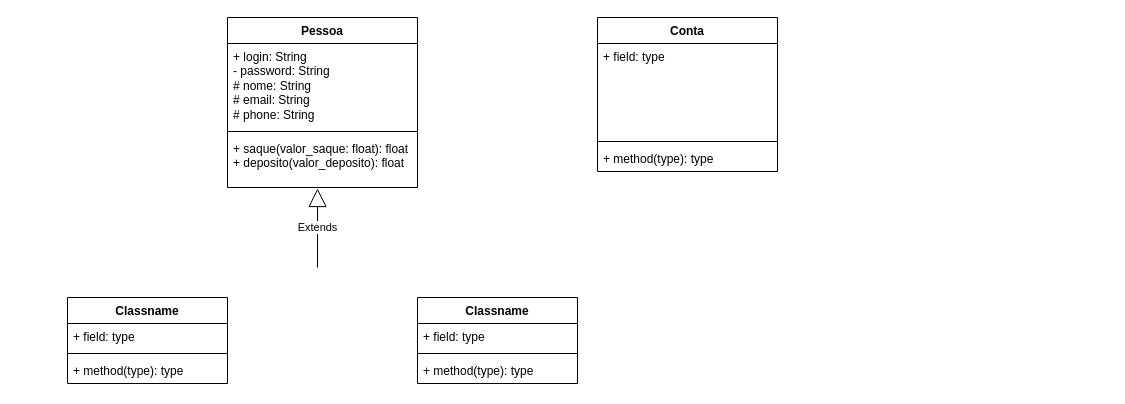
Gabi-r7/Programacao_1_Cpp keeps this draw.io diagram as Aula_02/Exercicios/ex001.drawio. Above is the earlier version. Source tidied: cells renumbered, new cells numbered last; positions are measured from the earlier drawing's top-left corner, leaving out a move shared by most shapes. Both pictures are drawn from the tidied source at 100%, with x=0, y=0 at pixel (67, 17).
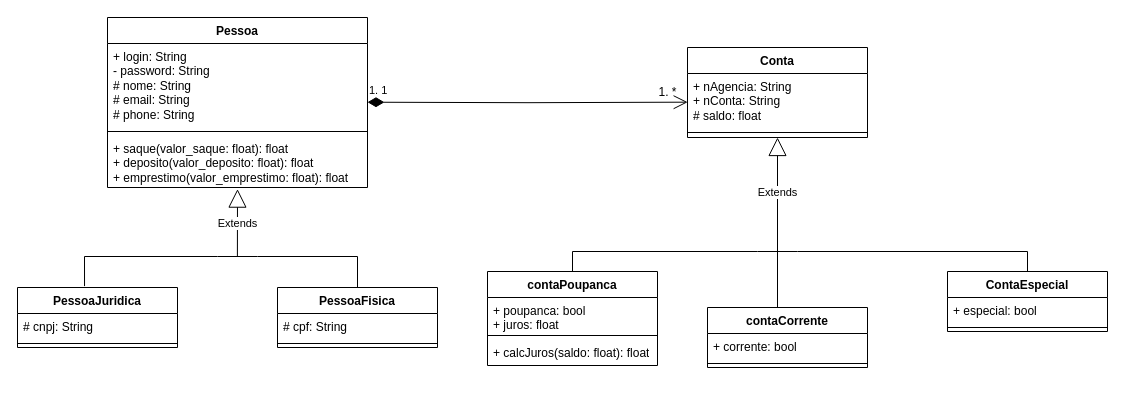
The same diagram, later.

What changed in the source:
```diff
@@
     <mxCell id="2" value="Pessoa" style="swimlane;fontStyle=1;align=center;verticalAlign=top;horizontal=1;startSize=26;whiteSpace=wrap;html=1;" parent="1" vertex="1">
-      <mxGeometry x="160" width="190" height="170" as="geometry" />
+      <mxGeometry x="40" width="260" height="170" as="geometry" />
     </mxCell>
     <mxCell id="3" value="+ login: String&lt;div&gt;- password: String&lt;/div&gt;&lt;div&gt;# nome: String&lt;/div&gt;&lt;div&gt;# email: String&lt;/div&gt;&lt;div&gt;# phone: String&lt;/div&gt;" style="text;strokeColor=none;fillColor=none;align=left;verticalAlign=top;spacingLeft=4;spacingRight=4;overflow=hidden;whiteSpace=wrap;html=1;" parent="2" vertex="1">
-      <mxGeometry y="26" width="190" height="84" as="geometry" />
+      <mxGeometry y="26" width="260" height="84" as="geometry" />
     </mxCell>
     <mxCell id="4" style="line;strokeWidth=1;fillColor=none;align=left;verticalAlign=middle;spacingTop=-1;spacingLeft=3;spacingRight=3;labelPosition=right;strokeColor=inherit;" parent="2" vertex="1">
-      <mxGeometry y="110" width="190" height="8" as="geometry" />
+      <mxGeometry y="110" width="260" height="8" as="geometry" />
     </mxCell>
-    <mxCell id="5" value="+ saque(valor_saque: float): float&lt;div&gt;+ deposito(valor_deposito): float&lt;/div&gt;" style="text;strokeColor=none;fillColor=none;align=left;verticalAlign=top;spacingLeft=4;spacingRight=4;overflow=hidden;points=[[0,0.5],[1,0.5]];portConstraint=eastwest;whiteSpace=wrap;html=1;rounded=0;glass=0;shadow=0;" parent="2" vertex="1">
-      <mxGeometry y="118" width="190" height="52" as="geometry" />
+    <mxCell id="5" value="+ saque(valor_saque: float): float&lt;div&gt;+ deposito(valor_deposito: float): float&lt;/div&gt;&lt;div&gt;+ emprestimo(valor_emprestimo: float): float&lt;/div&gt;" style="text;strokeColor=none;fillColor=none;align=left;verticalAlign=top;spacingLeft=4;spacingRight=4;overflow=hidden;points=[[0,0.5],[1,0.5]];portConstraint=eastwest;whiteSpace=wrap;html=1;rounded=0;glass=0;shadow=0;" parent="2" vertex="1">
+      <mxGeometry y="118" width="260" height="52" as="geometry" />
     </mxCell>
     <mxCell id="6" value="Conta" style="swimlane;fontStyle=1;align=center;verticalAlign=top;horizontal=1;startSize=26;whiteSpace=wrap;html=1;" parent="1" vertex="1">
-      <mxGeometry x="530" width="180" height="154" as="geometry" />
+      <mxGeometry x="620" y="30" width="180" height="90" as="geometry" />
     </mxCell>
-    <mxCell id="7" value="+ field: type" style="text;strokeColor=none;fillColor=none;align=left;verticalAlign=top;spacingLeft=4;spacingRight=4;overflow=hidden;points=[[0,0.5],[1,0.5]];portConstraint=eastwest;whiteSpace=wrap;html=1;" parent="6" vertex="1">
-      <mxGeometry y="26" width="180" height="94" as="geometry" />
+    <mxCell id="7" value="&lt;div&gt;+ nAgencia: String&lt;/div&gt;&lt;div&gt;+ nConta: String&lt;/div&gt;# saldo: float" style="text;strokeColor=none;fillColor=none;align=left;verticalAlign=top;spacingLeft=4;spacingRight=4;overflow=hidden;points=[[0,0.5],[1,0.5]];portConstraint=eastwest;whiteSpace=wrap;html=1;" parent="6" vertex="1">
+      <mxGeometry y="26" width="180" height="54" as="geometry" />
     </mxCell>
     <mxCell id="8" style="line;strokeWidth=1;fillColor=none;align=left;verticalAlign=middle;spacingTop=-1;spacingLeft=3;spacingRight=3;labelPosition=right;strokeColor=inherit;" parent="6" vertex="1">
-      <mxGeometry y="120" width="180" height="8" as="geometry" />
+      <mxGeometry y="80" width="180" height="10" as="geometry" />
     </mxCell>
-    <mxCell id="9" value="+ method(type): type" style="text;strokeColor=none;fillColor=none;align=left;verticalAlign=top;spacingLeft=4;spacingRight=4;overflow=hidden;whiteSpace=wrap;html=1;" parent="6" vertex="1">
-      <mxGeometry y="128" width="180" height="26" as="geometry" />
-    </mxCell>
-    <mxCell id="10" value="Classname" style="swimlane;fontStyle=1;align=center;verticalAlign=top;horizontal=1;startSize=26;whiteSpace=wrap;html=1;" parent="1" vertex="1">
-      <mxGeometry y="280" width="160" height="86" as="geometry" />
+    <mxCell id="10" value="PessoaJuridica" style="swimlane;fontStyle=1;align=center;verticalAlign=top;horizontal=1;startSize=26;whiteSpace=wrap;html=1;" parent="1" vertex="1">
+      <mxGeometry x="-50" y="270" width="160" height="60" as="geometry" />
     </mxCell>
-    <mxCell id="11" value="+ field: type" style="text;strokeColor=none;fillColor=none;align=left;verticalAlign=top;spacingLeft=4;spacingRight=4;overflow=hidden;whiteSpace=wrap;html=1;" parent="10" vertex="1">
+    <mxCell id="11" value="# cnpj: String" style="text;strokeColor=none;fillColor=none;align=left;verticalAlign=top;spacingLeft=4;spacingRight=4;overflow=hidden;whiteSpace=wrap;html=1;" parent="10" vertex="1">
       <mxGeometry y="26" width="160" height="26" as="geometry" />
     </mxCell>
@@
-    <mxCell id="13" value="+ method(type): type" style="text;strokeColor=none;fillColor=none;align=left;verticalAlign=top;spacingLeft=4;spacingRight=4;overflow=hidden;whiteSpace=wrap;html=1;" parent="10" vertex="1">
-      <mxGeometry y="60" width="160" height="26" as="geometry" />
-    </mxCell>
-    <mxCell id="14" value="Classname" style="swimlane;fontStyle=1;align=center;verticalAlign=top;horizontal=1;startSize=26;whiteSpace=wrap;html=1;" parent="1" vertex="1">
-      <mxGeometry x="350" y="280" width="160" height="86" as="geometry" />
+    <mxCell id="14" value="PessoaFisica" style="swimlane;fontStyle=1;align=center;verticalAlign=top;horizontal=1;startSize=26;whiteSpace=wrap;html=1;" parent="1" vertex="1">
+      <mxGeometry x="210" y="270" width="160" height="60" as="geometry" />
     </mxCell>
-    <mxCell id="15" value="+ field: type" style="text;strokeColor=none;fillColor=none;align=left;verticalAlign=top;spacingLeft=4;spacingRight=4;overflow=hidden;whiteSpace=wrap;html=1;" parent="14" vertex="1">
+    <mxCell id="15" value="# cpf: String" style="text;strokeColor=none;fillColor=none;align=left;verticalAlign=top;spacingLeft=4;spacingRight=4;overflow=hidden;whiteSpace=wrap;html=1;" parent="14" vertex="1">
       <mxGeometry y="26" width="160" height="26" as="geometry" />
     </mxCell>
@@
-    <mxCell id="17" value="+ method(type): type" style="text;strokeColor=none;fillColor=none;align=left;verticalAlign=top;spacingLeft=4;spacingRight=4;overflow=hidden;whiteSpace=wrap;html=1;" parent="14" vertex="1">
-      <mxGeometry y="60" width="160" height="26" as="geometry" />
-    </mxCell>
-    <mxCell id="18" value="Extends" style="endArrow=block;endSize=16;endFill=0;html=1;rounded=0;entryX=0.474;entryY=1.019;entryDx=0;entryDy=0;entryPerimeter=0;" parent="1" edge="1" target="5">
-      <mxGeometry relative="1" as="geometry">
-        <mxPoint x="250" y="250" as="sourcePoint" />
-      </mxGeometry>
-    </mxCell>
+    <mxCell id="19" style="edgeStyle=orthogonalEdgeStyle;rounded=0;jettySize=auto;html=1;strokeColor=default;flowAnimation=0;endArrow=none;endFill=0;" parent="1" edge="1" source="20" target="14">
+      <mxGeometry relative="1" as="geometry" />
+    </mxCell>
+    <mxCell id="20" style="line;strokeWidth=1;fillColor=none;align=left;verticalAlign=middle;spacingTop=-1;spacingLeft=3;spacingRight=3;labelPosition=right;points=[];portConstraint=eastwest;strokeColor=inherit;" parent="1" vertex="1">
+      <mxGeometry x="150" y="220" width="40" height="38" as="geometry" />
+    </mxCell>
+    <mxCell id="21" style="edgeStyle=orthogonalEdgeStyle;rounded=0;jettySize=auto;html=1;entryX=0.419;entryY=-0.023;entryDx=0;entryDy=0;entryPerimeter=0;endArrow=none;endFill=0;" parent="1" edge="1" source="20" target="10">
+      <mxGeometry relative="1" as="geometry" />
+    </mxCell>
+    <mxCell id="22" value="Extends" style="endArrow=block;endSize=16;endFill=0;html=1;rounded=0;exitX=0.493;exitY=0.514;exitDx=0;exitDy=0;exitPerimeter=0;entryX=0.5;entryY=1.031;entryDx=0;entryDy=0;entryPerimeter=0;" parent="1" edge="1" target="5">
+      <mxGeometry relative="1" as="geometry">
+        <mxPoint x="169.9" y="239.5" as="sourcePoint" />
+      </mxGeometry>
+    </mxCell>
+    <mxCell id="23" value="Extends" style="endArrow=block;endSize=16;endFill=0;html=1;rounded=0;entryX=0.5;entryY=1;entryDx=0;entryDy=0;" parent="1" edge="1" source="27" target="6">
+      <mxGeometry relative="1" as="geometry" />
+    </mxCell>
+    <mxCell id="24" style="endArrow=none;endSize=16;endFill=0;html=1;rounded=0;entryX=0.5;entryY=0.45;entryDx=0;entryDy=0;entryPerimeter=0;" parent="1" edge="1" target="27">
+      <mxGeometry relative="1" as="geometry">
+        <mxPoint x="710" y="210" as="sourcePoint" />
+      </mxGeometry>
+    </mxCell>
+    <mxCell id="25" style="edgeStyle=orthogonalEdgeStyle;rounded=0;jettySize=auto;html=1;entryX=0.5;entryY=0;entryDx=0;entryDy=0;endArrow=none;endFill=0;" parent="1" edge="1" source="27" target="34">
+      <mxGeometry relative="1" as="geometry" />
+    </mxCell>
+    <mxCell id="26" style="edgeStyle=orthogonalEdgeStyle;rounded=0;jettySize=auto;html=1;entryX=0.5;entryY=0;entryDx=0;entryDy=0;endArrow=none;endFill=0;" parent="1" edge="1" source="27" target="28">
+      <mxGeometry relative="1" as="geometry" />
+    </mxCell>
+    <mxCell id="27" style="line;strokeWidth=1;fillColor=none;align=left;verticalAlign=middle;spacingTop=-1;spacingLeft=3;spacingRight=3;labelPosition=right;points=[];portConstraint=eastwest;strokeColor=inherit;" parent="1" vertex="1">
+      <mxGeometry x="690" y="230" width="40" height="8" as="geometry" />
+    </mxCell>
+    <mxCell id="28" value="ContaEspecial" style="swimlane;fontStyle=1;align=center;verticalAlign=top;horizontal=1;startSize=26;whiteSpace=wrap;html=1;" parent="1" vertex="1">
+      <mxGeometry x="880" y="254" width="160" height="60" as="geometry" />
+    </mxCell>
+    <mxCell id="29" value="+ especial: bool" style="text;strokeColor=none;fillColor=none;align=left;verticalAlign=top;spacingLeft=4;spacingRight=4;overflow=hidden;whiteSpace=wrap;html=1;" parent="28" vertex="1">
+      <mxGeometry y="26" width="160" height="26" as="geometry" />
+    </mxCell>
+    <mxCell id="30" style="line;strokeWidth=1;fillColor=none;align=left;verticalAlign=middle;spacingTop=-1;spacingLeft=3;spacingRight=3;labelPosition=right;strokeColor=inherit;" parent="28" vertex="1">
+      <mxGeometry y="52" width="160" height="8" as="geometry" />
+    </mxCell>
+    <mxCell id="31" value="contaCorrente" style="swimlane;fontStyle=1;align=center;verticalAlign=top;horizontal=1;startSize=26;whiteSpace=wrap;html=1;" parent="1" vertex="1">
+      <mxGeometry x="640" y="290" width="160" height="60" as="geometry" />
+    </mxCell>
+    <mxCell id="32" value="+ corrente: bool" style="text;strokeColor=none;fillColor=none;align=left;verticalAlign=top;spacingLeft=4;spacingRight=4;overflow=hidden;whiteSpace=wrap;html=1;" parent="31" vertex="1">
+      <mxGeometry y="26" width="160" height="26" as="geometry" />
+    </mxCell>
+    <mxCell id="33" style="line;strokeWidth=1;fillColor=none;align=left;verticalAlign=middle;spacingTop=-1;spacingLeft=3;spacingRight=3;labelPosition=right;strokeColor=inherit;" parent="31" vertex="1">
+      <mxGeometry y="52" width="160" height="8" as="geometry" />
+    </mxCell>
+    <mxCell id="34" value="contaPoupanca" style="swimlane;fontStyle=1;align=center;verticalAlign=top;horizontal=1;startSize=26;whiteSpace=wrap;html=1;" parent="1" vertex="1">
+      <mxGeometry x="420" y="254" width="170" height="94" as="geometry" />
+    </mxCell>
+    <mxCell id="35" value="+ poupanca: bool&lt;div&gt;+ juros: float&lt;/div&gt;" style="text;strokeColor=none;fillColor=none;align=left;verticalAlign=top;spacingLeft=4;spacingRight=4;overflow=hidden;whiteSpace=wrap;html=1;" parent="34" vertex="1">
+      <mxGeometry y="26" width="170" height="34" as="geometry" />
+    </mxCell>
+    <mxCell id="36" style="line;strokeWidth=1;fillColor=none;align=left;verticalAlign=middle;spacingTop=-1;spacingLeft=3;spacingRight=3;labelPosition=right;strokeColor=inherit;" parent="34" vertex="1">
+      <mxGeometry y="60" width="170" height="8" as="geometry" />
+    </mxCell>
+    <mxCell id="37" value="+ calcJuros(saldo: float): float" style="text;strokeColor=none;fillColor=none;align=left;verticalAlign=top;spacingLeft=4;spacingRight=4;overflow=hidden;whiteSpace=wrap;html=1;" parent="34" vertex="1">
+      <mxGeometry y="68" width="170" height="26" as="geometry" />
+    </mxCell>
+    <mxCell id="38" style="edgeStyle=orthogonalEdgeStyle;rounded=0;jettySize=auto;html=1;endArrow=none;endFill=0;" parent="1" edge="1" source="31">
+      <mxGeometry relative="1" as="geometry">
+        <mxPoint x="710" y="240" as="targetPoint" />
+        <Array as="points">
+          <mxPoint x="710" y="233" />
+        </Array>
+      </mxGeometry>
+    </mxCell>
+    <mxCell id="39" value="1. 1" style="endArrow=open;html=1;endSize=12;startArrow=diamondThin;startSize=14;startFill=1;edgeStyle=orthogonalEdgeStyle;align=left;verticalAlign=bottom;rounded=0;entryX=0.001;entryY=0.531;entryDx=0;entryDy=0;entryPerimeter=0;strokeColor=default;" parent="1" edge="1" target="7">
+      <mxGeometry x="-1" y="3" relative="1" as="geometry">
+        <mxPoint x="300" y="84.7" as="sourcePoint" />
+      </mxGeometry>
+    </mxCell>
+    <mxCell id="40" value="1. *" style="text;html=1;align=center;verticalAlign=middle;strokeColor=none;fillColor=none;" parent="1" vertex="1">
+      <mxGeometry x="580" y="60" width="40" height="30" as="geometry" />
+    </mxCell>
```
